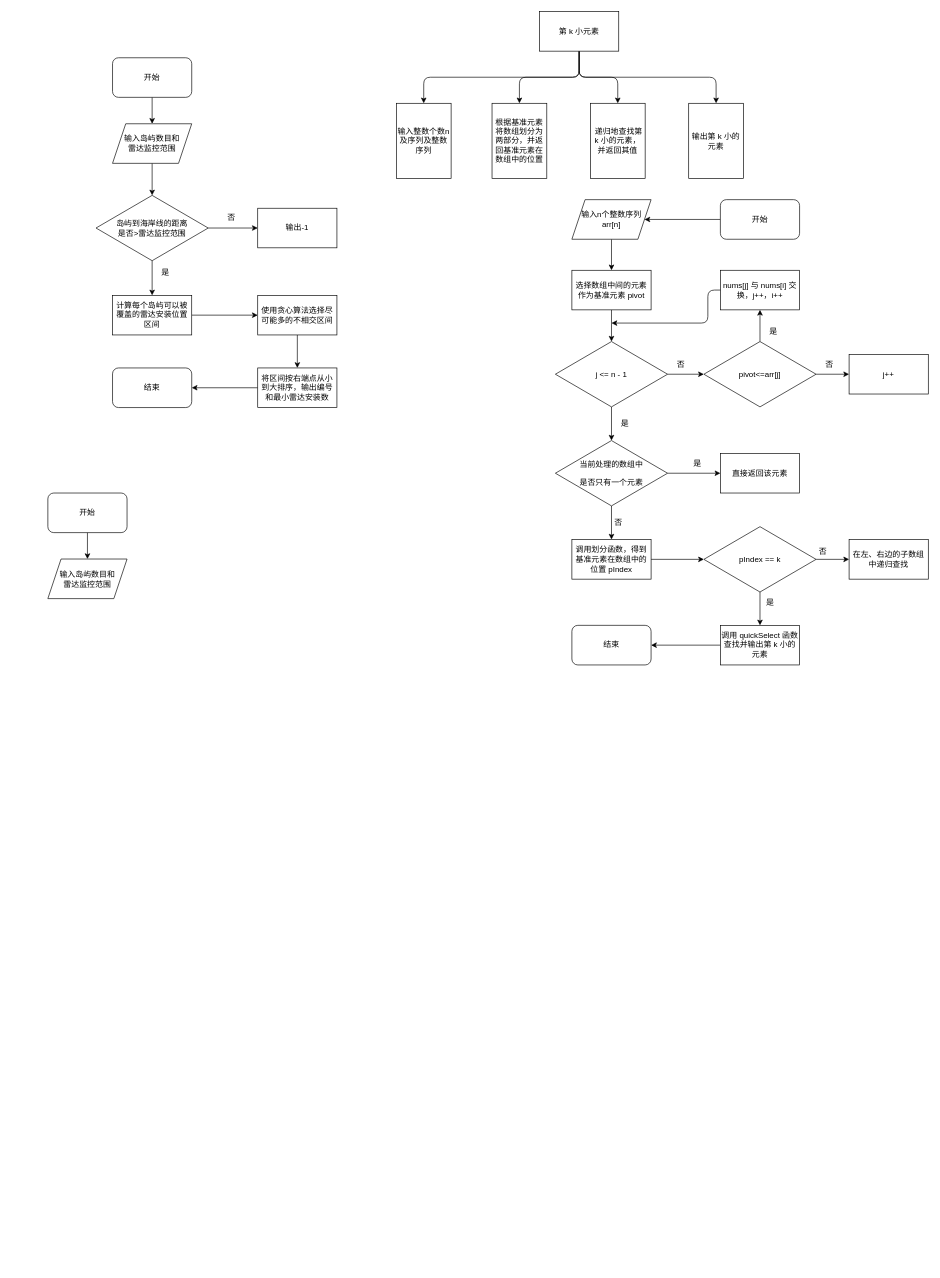
Above: page "第 1 页" (1 of 2) of 算法/算法课设1.drawio in xyshawy/DRAW (draw.io), before the change. Source tidied: cells renumbered, new cells numbered last; positions are measured from the earlier drawing's top-left corner, leaving out a move shared by most shapes. Both pictures are drawn from the tidied source at 66%, with x=0, y=0 at pixel (48, 11).
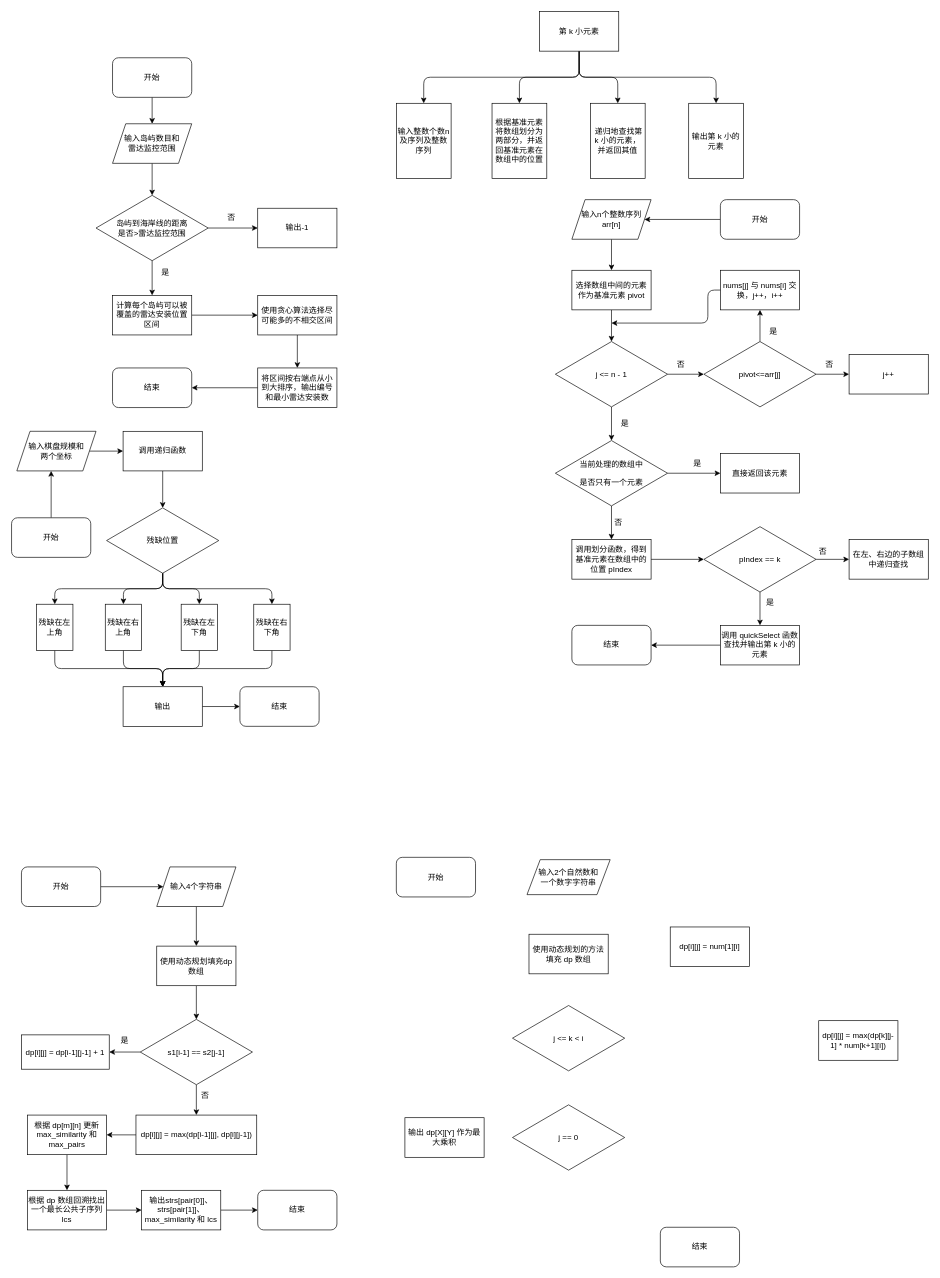
The same page after the edit.

Commit message:
更新算法课设1.drawio

Change to the diagram source:
```diff
@@
-    <mxCell id="64" style="edgeStyle=none;html=1;exitX=0.5;exitY=1;exitDx=0;exitDy=0;entryX=0.5;entryY=0;entryDx=0;entryDy=0;fontFamily=等线;" parent="1" edge="1" source="65" target="66">
-      <mxGeometry relative="1" as="geometry" />
-    </mxCell>
+    <mxCell id="67" style="edgeStyle=none;html=1;exitX=0.5;exitY=0;exitDx=0;exitDy=0;entryX=0.5;entryY=1;entryDx=0;entryDy=0;fontFamily=等线;" parent="1" edge="1" source="65">
+      <mxGeometry relative="1" as="geometry">
+        <mxPoint x="5" y="696" as="targetPoint" />
+      </mxGeometry>
+    </mxCell>
     <mxCell id="65" value="开始" style="rounded=1;whiteSpace=wrap;html=1;fontFamily=等线;" parent="1" vertex="1">
-      <mxGeometry y="729.5" width="120" height="60" as="geometry" />
+      <mxGeometry x="-55" y="767" width="120" height="60" as="geometry" />
     </mxCell>
-    <mxCell id="66" value="输入岛屿数目和&lt;br&gt;雷达监控范围" style="shape=parallelogram;perimeter=parallelogramPerimeter;whiteSpace=wrap;html=1;fixedSize=1;fontFamily=等线;" parent="1" vertex="1">
-      <mxGeometry y="829.5" width="120" height="60" as="geometry" />
-    </mxCell>
+    <mxCell id="68" style="edgeStyle=none;html=1;exitX=1;exitY=0.5;exitDx=0;exitDy=0;fontFamily=等线;" parent="1" edge="1" source="89" target="75">
+      <mxGeometry relative="1" as="geometry" />
+    </mxCell>
+    <mxCell id="69" style="edgeStyle=orthogonalEdgeStyle;html=1;exitX=0.5;exitY=1;exitDx=0;exitDy=0;entryX=0.5;entryY=0;entryDx=0;entryDy=0;fontFamily=等线;" parent="1" edge="1" source="73" target="77">
+      <mxGeometry relative="1" as="geometry" />
+    </mxCell>
+    <mxCell id="70" style="edgeStyle=orthogonalEdgeStyle;html=1;exitX=0.5;exitY=1;exitDx=0;exitDy=0;entryX=0.5;entryY=0;entryDx=0;entryDy=0;fontFamily=等线;" parent="1" edge="1" source="73" target="79">
+      <mxGeometry relative="1" as="geometry" />
+    </mxCell>
+    <mxCell id="71" style="edgeStyle=orthogonalEdgeStyle;html=1;exitX=0.5;exitY=1;exitDx=0;exitDy=0;entryX=0.5;entryY=0;entryDx=0;entryDy=0;fontFamily=等线;" parent="1" edge="1" source="73" target="81">
+      <mxGeometry relative="1" as="geometry" />
+    </mxCell>
+    <mxCell id="72" style="edgeStyle=orthogonalEdgeStyle;html=1;exitX=0.5;exitY=1;exitDx=0;exitDy=0;entryX=0.5;entryY=0;entryDx=0;entryDy=0;fontFamily=等线;" parent="1" edge="1" source="73" target="83">
+      <mxGeometry relative="1" as="geometry" />
+    </mxCell>
+    <mxCell id="73" value="残缺位置" style="rhombus;whiteSpace=wrap;html=1;fontFamily=等线;" parent="1" vertex="1">
+      <mxGeometry x="89" y="752" width="170" height="99" as="geometry" />
+    </mxCell>
+    <mxCell id="74" style="edgeStyle=none;html=1;entryX=0.5;entryY=0;entryDx=0;entryDy=0;fontFamily=等线;" parent="1" edge="1" source="75" target="73">
+      <mxGeometry relative="1" as="geometry" />
+    </mxCell>
+    <mxCell id="75" value="调用递归函数" style="rounded=0;whiteSpace=wrap;html=1;fontFamily=等线;" parent="1" vertex="1">
+      <mxGeometry x="114" y="636" width="120" height="60" as="geometry" />
+    </mxCell>
+    <mxCell id="76" style="edgeStyle=orthogonalEdgeStyle;html=1;exitX=0.5;exitY=1;exitDx=0;exitDy=0;fontFamily=等线;entryX=0.5;entryY=0;entryDx=0;entryDy=0;" parent="1" edge="1" source="77" target="85">
+      <mxGeometry relative="1" as="geometry" />
+    </mxCell>
+    <mxCell id="77" value="残缺在左上角" style="rounded=0;whiteSpace=wrap;html=1;fontFamily=等线;" parent="1" vertex="1">
+      <mxGeometry x="-17" y="898" width="55" height="70" as="geometry" />
+    </mxCell>
+    <mxCell id="78" style="edgeStyle=orthogonalEdgeStyle;html=1;exitX=0.5;exitY=1;exitDx=0;exitDy=0;entryX=0.5;entryY=0;entryDx=0;entryDy=0;fontFamily=等线;" parent="1" edge="1" source="79" target="85">
+      <mxGeometry relative="1" as="geometry" />
+    </mxCell>
+    <mxCell id="79" value="残缺在右上角" style="rounded=0;whiteSpace=wrap;html=1;fontFamily=等线;" parent="1" vertex="1">
+      <mxGeometry x="87" y="898" width="55" height="70" as="geometry" />
+    </mxCell>
+    <mxCell id="80" style="edgeStyle=orthogonalEdgeStyle;html=1;exitX=0.5;exitY=1;exitDx=0;exitDy=0;entryX=0.5;entryY=0;entryDx=0;entryDy=0;fontFamily=等线;" parent="1" edge="1" source="81" target="85">
+      <mxGeometry relative="1" as="geometry" />
+    </mxCell>
+    <mxCell id="81" value="残缺在左下角" style="rounded=0;whiteSpace=wrap;html=1;fontFamily=等线;" parent="1" vertex="1">
+      <mxGeometry x="202" y="898" width="55" height="70" as="geometry" />
+    </mxCell>
+    <mxCell id="82" style="edgeStyle=orthogonalEdgeStyle;html=1;exitX=0.5;exitY=1;exitDx=0;exitDy=0;entryX=0.5;entryY=0;entryDx=0;entryDy=0;fontFamily=等线;" parent="1" edge="1" source="83" target="85">
+      <mxGeometry relative="1" as="geometry" />
+    </mxCell>
+    <mxCell id="83" value="残缺在右下角" style="rounded=0;whiteSpace=wrap;html=1;fontFamily=等线;" parent="1" vertex="1">
+      <mxGeometry x="312" y="898" width="55" height="70" as="geometry" />
+    </mxCell>
+    <mxCell id="84" style="edgeStyle=none;html=1;exitX=1;exitY=0.5;exitDx=0;exitDy=0;fontFamily=等线;" parent="1" edge="1" source="85" target="86">
+      <mxGeometry relative="1" as="geometry" />
+    </mxCell>
+    <mxCell id="85" value="输出" style="rounded=0;whiteSpace=wrap;html=1;fontFamily=等线;" parent="1" vertex="1">
+      <mxGeometry x="114" y="1023" width="120" height="60" as="geometry" />
+    </mxCell>
+    <mxCell id="86" value="结束" style="rounded=1;whiteSpace=wrap;html=1;fontFamily=等线;" parent="1" vertex="1">
+      <mxGeometry x="291" y="1023" width="120" height="60" as="geometry" />
+    </mxCell>
+    <mxCell id="87" style="edgeStyle=none;html=1;fontFamily=等线;" parent="1" edge="1" source="88" target="91">
+      <mxGeometry relative="1" as="geometry" />
+    </mxCell>
+    <mxCell id="88" value="开始" style="rounded=1;whiteSpace=wrap;html=1;fontFamily=等线;" parent="1" vertex="1">
+      <mxGeometry x="-40" y="1296" width="120" height="60" as="geometry" />
+    </mxCell>
+    <mxCell id="89" value="输入棋盘规模和&lt;br style=&quot;border-color: var(--border-color);&quot;&gt;两个坐标" style="shape=parallelogram;perimeter=parallelogramPerimeter;whiteSpace=wrap;html=1;fixedSize=1;fontFamily=等线;" parent="1" vertex="1">
+      <mxGeometry x="-47" y="636" width="120" height="60" as="geometry" />
+    </mxCell>
+    <mxCell id="90" style="edgeStyle=none;html=1;exitX=0.5;exitY=1;exitDx=0;exitDy=0;entryX=0.5;entryY=0;entryDx=0;entryDy=0;fontFamily=等线;" parent="1" edge="1" source="91" target="93">
+      <mxGeometry relative="1" as="geometry" />
+    </mxCell>
+    <mxCell id="91" value="输入4个字符串" style="shape=parallelogram;perimeter=parallelogramPerimeter;whiteSpace=wrap;html=1;fixedSize=1;fontFamily=等线;" parent="1" vertex="1">
+      <mxGeometry x="165" y="1296" width="120" height="60" as="geometry" />
+    </mxCell>
+    <mxCell id="92" style="edgeStyle=none;html=1;exitX=0.5;exitY=1;exitDx=0;exitDy=0;entryX=0.5;entryY=0;entryDx=0;entryDy=0;fontFamily=等线;" parent="1" edge="1" source="93" target="96">
+      <mxGeometry relative="1" as="geometry" />
+    </mxCell>
+    <mxCell id="93" value="&lt;p class=&quot;MsoNormal&quot;&gt;使用动态规划填充dp数组&lt;/p&gt;" style="rounded=0;whiteSpace=wrap;html=1;fontFamily=等线;" parent="1" vertex="1">
+      <mxGeometry x="165" y="1416" width="120" height="60" as="geometry" />
+    </mxCell>
+    <mxCell id="94" style="edgeStyle=none;html=1;exitX=0;exitY=0.5;exitDx=0;exitDy=0;entryX=1;entryY=0.5;entryDx=0;entryDy=0;fontFamily=等线;" parent="1" edge="1" source="96" target="97">
+      <mxGeometry relative="1" as="geometry" />
+    </mxCell>
+    <mxCell id="95" style="edgeStyle=none;html=1;exitX=0.5;exitY=1;exitDx=0;exitDy=0;fontFamily=等线;" parent="1" edge="1" source="96" target="99">
+      <mxGeometry relative="1" as="geometry" />
+    </mxCell>
+    <mxCell id="96" value="&lt;p class=&quot;MsoNormal&quot;&gt;s1[i-1] == s2[j-1]&lt;/p&gt;" style="rhombus;whiteSpace=wrap;html=1;fontFamily=等线;" parent="1" vertex="1">
+      <mxGeometry x="140" y="1527" width="170" height="99" as="geometry" />
+    </mxCell>
+    <mxCell id="97" value="&lt;p class=&quot;MsoNormal&quot;&gt;dp[i][j] = dp[i-1][j-1] + 1&lt;/p&gt;" style="rounded=0;whiteSpace=wrap;html=1;fontFamily=等线;" parent="1" vertex="1">
+      <mxGeometry x="-40" y="1550.5" width="133" height="52" as="geometry" />
+    </mxCell>
+    <mxCell id="98" style="edgeStyle=none;html=1;exitX=0;exitY=0.5;exitDx=0;exitDy=0;fontFamily=等线;" parent="1" edge="1" source="99" target="101">
+      <mxGeometry relative="1" as="geometry" />
+    </mxCell>
+    <mxCell id="99" value="&lt;p class=&quot;MsoNormal&quot;&gt;dp[i][j] = max(dp[i-1][j], dp[i][j-1])&lt;/p&gt;" style="rounded=0;whiteSpace=wrap;html=1;fontFamily=等线;" parent="1" vertex="1">
+      <mxGeometry x="133.5" y="1672" width="183" height="60" as="geometry" />
+    </mxCell>
+    <mxCell id="100" style="edgeStyle=none;html=1;exitX=0.5;exitY=1;exitDx=0;exitDy=0;entryX=0.5;entryY=0;entryDx=0;entryDy=0;fontFamily=等线;" parent="1" edge="1" source="101" target="103">
+      <mxGeometry relative="1" as="geometry" />
+    </mxCell>
+    <mxCell id="101" value="&lt;p class=&quot;MsoNormal&quot;&gt;根据 dp[m][n] 更新 max_similarity 和 max_pairs&lt;/p&gt;" style="rounded=0;whiteSpace=wrap;html=1;fontFamily=等线;" parent="1" vertex="1">
+      <mxGeometry x="-31" y="1672" width="120" height="60" as="geometry" />
+    </mxCell>
+    <mxCell id="102" style="edgeStyle=none;html=1;exitX=1;exitY=0.5;exitDx=0;exitDy=0;fontFamily=等线;" parent="1" edge="1" source="103" target="105">
+      <mxGeometry relative="1" as="geometry" />
+    </mxCell>
+    <mxCell id="103" value="&lt;p class=&quot;MsoNormal&quot;&gt;根据 dp 数组回溯找出一个最长公共子序列 lcs&lt;/p&gt;" style="rounded=0;whiteSpace=wrap;html=1;fontFamily=等线;" parent="1" vertex="1">
+      <mxGeometry x="-31" y="1786" width="120" height="60" as="geometry" />
+    </mxCell>
+    <mxCell id="104" style="edgeStyle=none;html=1;exitX=1;exitY=0.5;exitDx=0;exitDy=0;entryX=0;entryY=0.5;entryDx=0;entryDy=0;fontFamily=等线;" parent="1" edge="1" source="105" target="106">
+      <mxGeometry relative="1" as="geometry" />
+    </mxCell>
+    <mxCell id="105" value="&lt;p class=&quot;MsoNormal&quot;&gt;输出strs[pair[0]]、strs[pair[1]]、max_similarity 和 lcs&lt;/p&gt;" style="rounded=0;whiteSpace=wrap;html=1;fontFamily=等线;" parent="1" vertex="1">
+      <mxGeometry x="142" y="1786" width="120" height="60" as="geometry" />
+    </mxCell>
+    <mxCell id="106" value="结束" style="rounded=1;whiteSpace=wrap;html=1;fontFamily=等线;" parent="1" vertex="1">
+      <mxGeometry x="318" y="1786" width="120" height="60" as="geometry" />
+    </mxCell>
+    <mxCell id="107" value="否" style="text;html=1;align=center;verticalAlign=middle;strokeColor=none;fillColor=none;fontFamily=等线;" parent="1" vertex="1">
+      <mxGeometry x="223" y="1629" width="30" height="26" as="geometry" />
+    </mxCell>
+    <mxCell id="108" value="是" style="text;html=1;align=center;verticalAlign=middle;strokeColor=none;fillColor=none;fontFamily=等线;" parent="1" vertex="1">
+      <mxGeometry x="101" y="1546" width="30" height="26" as="geometry" />
+    </mxCell>
+    <mxCell id="109" value="开始" style="rounded=1;whiteSpace=wrap;html=1;fontFamily=等线;" parent="1" vertex="1">
+      <mxGeometry x="528" y="1281.5" width="120" height="60" as="geometry" />
+    </mxCell>
+    <mxCell id="110" value="输入2个自然数和&lt;br&gt;一个数字字符串" style="shape=parallelogram;perimeter=parallelogramPerimeter;whiteSpace=wrap;html=1;fixedSize=1;fontFamily=等线;" parent="1" vertex="1">
+      <mxGeometry x="726" y="1285" width="126" height="53" as="geometry" />
+    </mxCell>
+    <mxCell id="111" value="&lt;p class=&quot;MsoNormal&quot;&gt;使用动态规划的方法填充 dp 数组&lt;/p&gt;" style="rounded=0;whiteSpace=wrap;html=1;fontFamily=等线;" parent="1" vertex="1">
+      <mxGeometry x="729" y="1398" width="120" height="60" as="geometry" />
+    </mxCell>
+    <mxCell id="112" value="&lt;p class=&quot;MsoNormal&quot;&gt;j == 0&lt;/p&gt;" style="rhombus;whiteSpace=wrap;html=1;fontFamily=等线;" parent="1" vertex="1">
+      <mxGeometry x="704" y="1656.5" width="170" height="99" as="geometry" />
+    </mxCell>
+    <mxCell id="113" value="&lt;p class=&quot;MsoNormal&quot;&gt;dp[i][j] = num[1][i]&lt;/p&gt;" style="rounded=0;whiteSpace=wrap;html=1;fontFamily=等线;" parent="1" vertex="1">
+      <mxGeometry x="943" y="1387" width="120" height="60" as="geometry" />
+    </mxCell>
+    <mxCell id="114" value="&lt;p class=&quot;MsoNormal&quot;&gt;dp[i][j] = max(dp[k][j-1] * num[k+1][i])&lt;/p&gt;" style="rounded=0;whiteSpace=wrap;html=1;fontFamily=等线;" parent="1" vertex="1">
+      <mxGeometry x="1168" y="1529" width="120" height="60" as="geometry" />
+    </mxCell>
+    <mxCell id="115" value="&lt;p class=&quot;MsoNormal&quot;&gt;j &amp;lt;= k &amp;lt; i&lt;/p&gt;" style="rhombus;whiteSpace=wrap;html=1;fontFamily=等线;" parent="1" vertex="1">
+      <mxGeometry x="704" y="1506" width="170" height="99" as="geometry" />
+    </mxCell>
+    <mxCell id="116" value="&lt;p class=&quot;MsoNormal&quot;&gt;输出 dp[X][Y] 作为最大乘积&lt;/p&gt;" style="rounded=0;whiteSpace=wrap;html=1;fontFamily=等线;" parent="1" vertex="1">
+      <mxGeometry x="541" y="1676" width="120" height="60" as="geometry" />
+    </mxCell>
+    <mxCell id="117" value="结束" style="rounded=1;whiteSpace=wrap;html=1;fontFamily=等线;" parent="1" vertex="1">
+      <mxGeometry x="928" y="1842" width="120" height="60" as="geometry" />
+    </mxCell>
```
